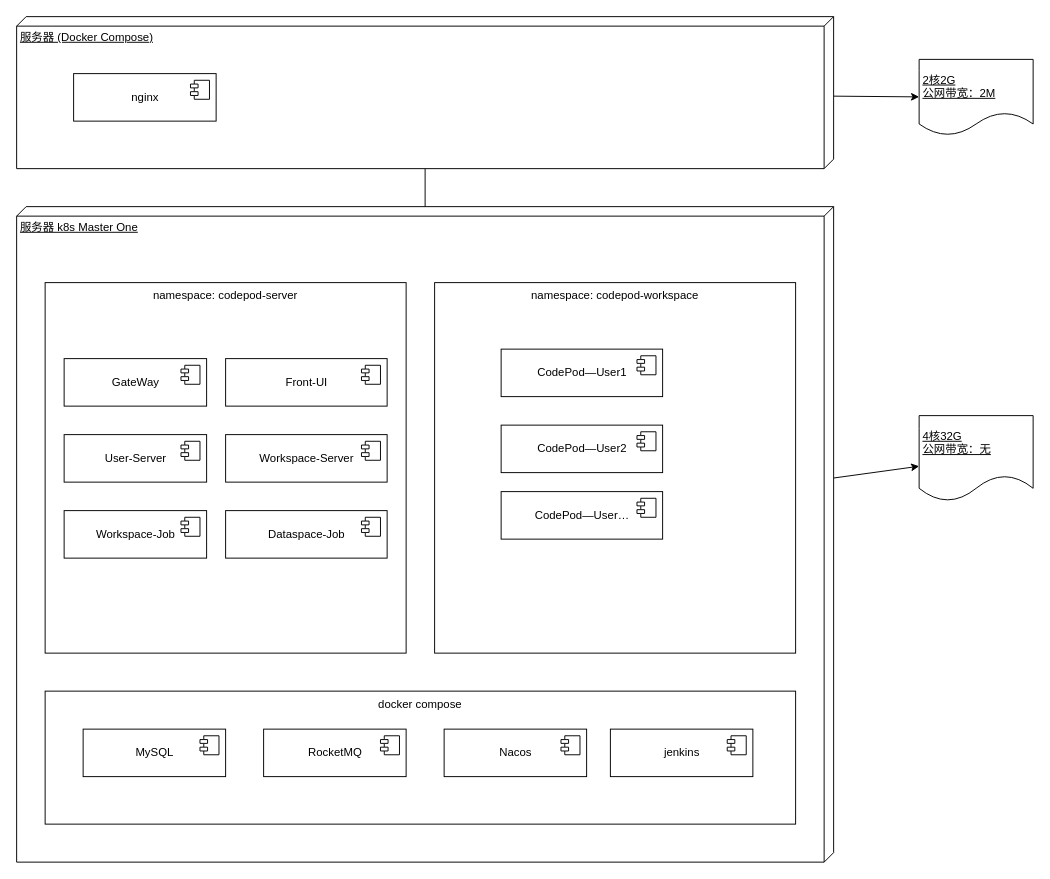
Before: page "测开环境" (1 of 3) of architecure/_design/04.deploy.drawio in codepodspace/docs, a draw.io diagram. Source tidied: cells renumbered, new cells numbered last; positions are measured from the earlier drawing's top-left corner, leaving out a move shared by most shapes. Both pictures are drawn from the tidied source at 95%, with x=0, y=0 at pixel (16, 16).
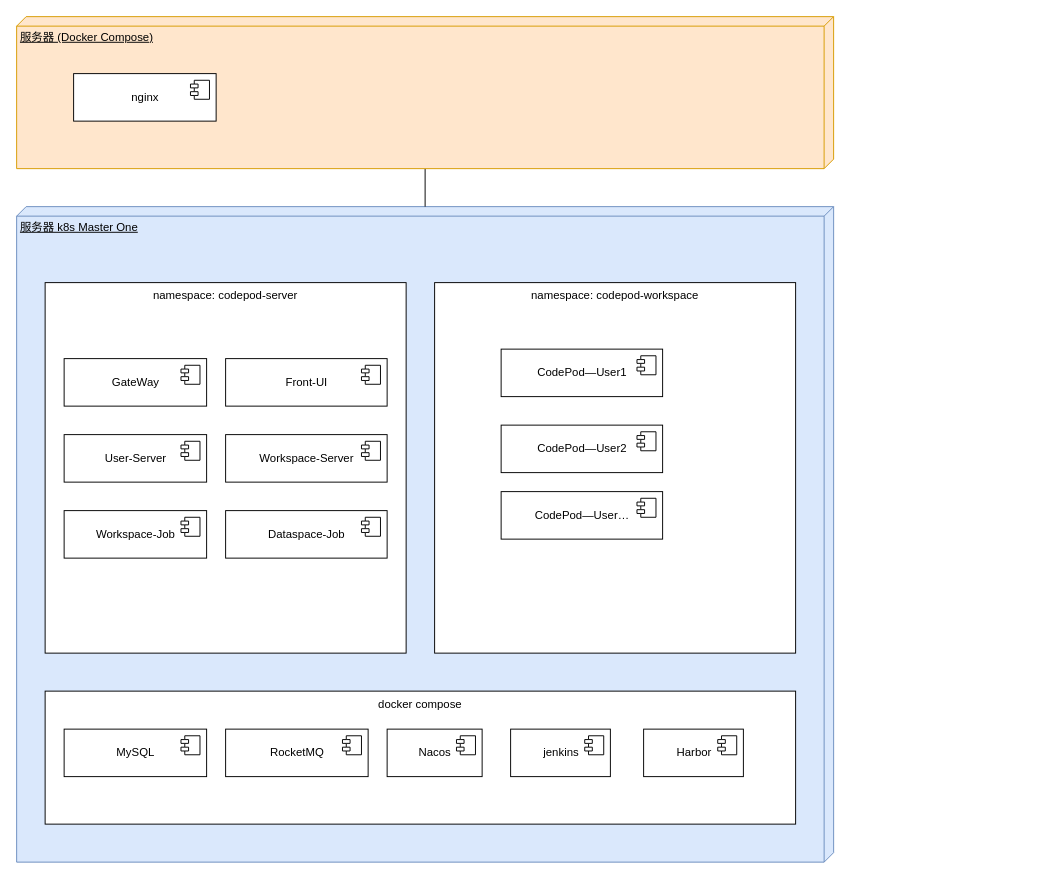
The same page after the edit.

Change to the diagram source:
```diff
@@
-<mxGraphModel>
+<mxGraphModel background="#ffffff">
@@
-    <mxCell id="2" style="edgeStyle=none;html=1;" parent="1" edge="1" source="3" target="30">
-      <mxGeometry relative="1" as="geometry" />
-    </mxCell>
-    <mxCell id="3" value="服务器 k8s Master One" style="verticalAlign=top;align=left;spacingTop=8;spacingLeft=2;spacingRight=12;shape=cube;size=10;direction=south;fontStyle=4;html=1;" parent="1" vertex="1">
+    <mxCell id="3" value="服务器 k8s Master One" style="verticalAlign=top;align=left;spacingTop=8;spacingLeft=2;spacingRight=12;shape=cube;size=10;direction=south;fontStyle=4;html=1;fillColor=#dae8fc;strokeColor=#6c8ebf;" parent="1" vertex="1">
       <mxGeometry y="200" width="860" height="690" as="geometry" />
     </mxCell>
@@
-    <mxCell id="22" style="edgeStyle=none;html=1;" parent="1" edge="1" source="24" target="27">
-      <mxGeometry relative="1" as="geometry" />
-    </mxCell>
@@
-    <mxCell id="24" value="服务器 (Docker Compose)" style="verticalAlign=top;align=left;spacingTop=8;spacingLeft=2;spacingRight=12;shape=cube;size=10;direction=south;fontStyle=4;html=1;" parent="1" vertex="1">
+    <mxCell id="24" value="服务器 (Docker Compose)" style="verticalAlign=top;align=left;spacingTop=8;spacingLeft=2;spacingRight=12;shape=cube;size=10;direction=south;fontStyle=4;html=1;fillColor=#ffe6cc;strokeColor=#d79b00;" parent="1" vertex="1">
       <mxGeometry width="860" height="160" as="geometry" />
     </mxCell>
@@
-    <mxCell id="27" value="2核2G&lt;br&gt;公网带宽：2M" style="shape=document;whiteSpace=wrap;html=1;boundedLbl=1;align=left;verticalAlign=top;spacingTop=8;spacingLeft=2;spacingRight=12;fontStyle=4;" parent="1" vertex="1">
-      <mxGeometry x="950" y="45" width="120" height="80" as="geometry" />
-    </mxCell>
@@
-    <mxCell id="30" value="4核32G&lt;br&gt;公网带宽：无" style="shape=document;whiteSpace=wrap;html=1;boundedLbl=1;align=left;verticalAlign=top;spacingTop=8;spacingLeft=2;spacingRight=12;fontStyle=4;" parent="1" vertex="1">
-      <mxGeometry x="950" y="420" width="120" height="90" as="geometry" />
-    </mxCell>
@@
     <mxCell id="32" value="MySQL" style="html=1;" parent="1" vertex="1">
-      <mxGeometry x="70" y="750" width="150" height="50" as="geometry" />
+      <mxGeometry x="50" y="750" width="150" height="50" as="geometry" />
     </mxCell>
@@
     <mxCell id="34" value="RocketMQ" style="html=1;" parent="1" vertex="1">
-      <mxGeometry x="260" y="750" width="150" height="50" as="geometry" />
+      <mxGeometry x="220" y="750" width="150" height="50" as="geometry" />
     </mxCell>
@@
     <mxCell id="36" value="Nacos" style="html=1;" parent="1" vertex="1">
-      <mxGeometry x="450" y="750" width="150" height="50" as="geometry" />
+      <mxGeometry x="390" y="750" width="100" height="50" as="geometry" />
     </mxCell>
@@
     <mxCell id="38" value="jenkins" style="html=1;" parent="1" vertex="1">
-      <mxGeometry x="625" y="750" width="150" height="50" as="geometry" />
+      <mxGeometry x="520" y="750" width="105" height="50" as="geometry" />
     </mxCell>
@@
+    <mxCell id="40" value="Harbor" style="html=1;" parent="1" vertex="1">
+      <mxGeometry x="660" y="750" width="105" height="50" as="geometry" />
+    </mxCell>
+    <mxCell id="41" style="shape=module;jettyWidth=8;jettyHeight=4;" parent="40" vertex="1">
+      <mxGeometry x="1" width="20" height="20" relative="1" as="geometry">
+        <mxPoint x="-27" y="7" as="offset" />
+      </mxGeometry>
+    </mxCell>
```
